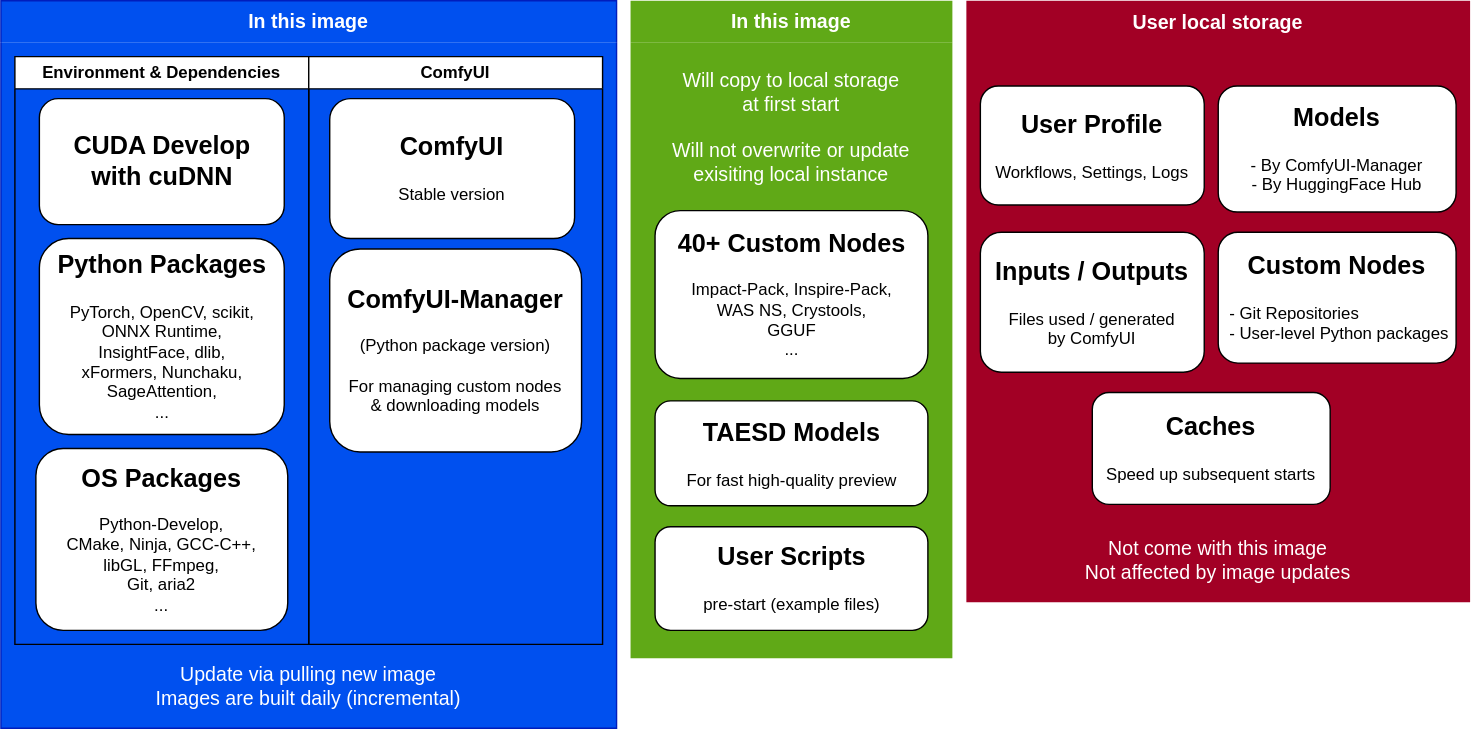
Earlier version of the draw.io export cu130-megapak-pt211/concept.svg (YanWenKun/ComfyUI-Docker). Source tidied: cells renumbered, new cells last; positions are measured from the earlier drawing's top-left corner, leaving out a move shared by most shapes.
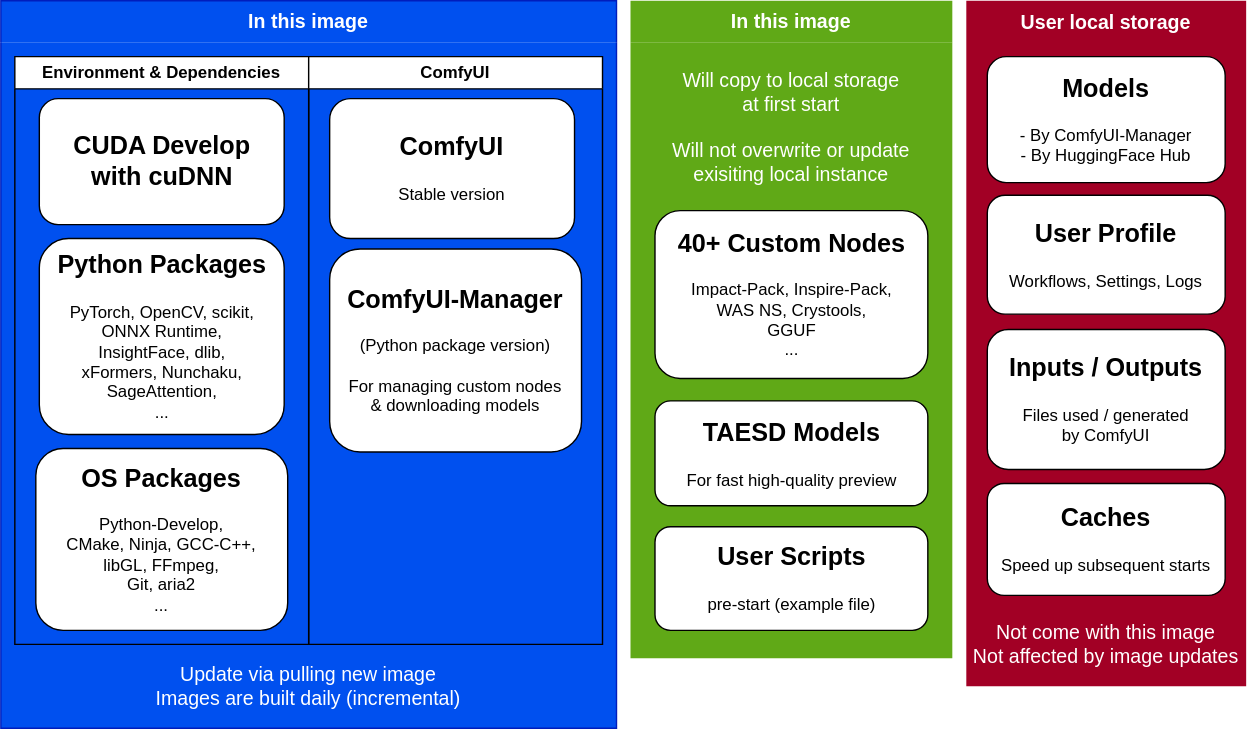
Above is the later version.

What changed in the source:
```diff
@@ -30,30 +30,27 @@
       <mxGeometry x="15" y="137.5" width="180" height="145" as="geometry" />
     </mxCell>
     <mxCell id="11" value="&lt;div&gt;User local storage&lt;/div&gt;" style="swimlane;whiteSpace=wrap;html=1;fontSize=14;fillColor=#a20025;fontColor=#ffffff;strokeColor=none;swimlaneLine=0;swimlaneFillColor=#A20025;startSize=31;" parent="1" vertex="1">
-      <mxGeometry x="690" width="360" height="430" as="geometry" />
+      <mxGeometry x="690" width="200" height="490" as="geometry" />
     </mxCell>
     <mxCell id="12" value="&lt;h2&gt;User Profile&lt;/h2&gt;&lt;div&gt;Workflows,&amp;nbsp;&lt;span style=&quot;background-color: transparent; color: light-dark(rgb(0, 0, 0), rgb(255, 255, 255));&quot;&gt;Settings&lt;/span&gt;&lt;span style=&quot;background-color: transparent;&quot;&gt;, Logs&lt;/span&gt;&lt;/div&gt;&lt;div&gt;&lt;span style=&quot;background-color: transparent;&quot;&gt;&lt;br&gt;&lt;/span&gt;&lt;/div&gt;" style="rounded=1;whiteSpace=wrap;html=1;" parent="11" vertex="1">
-      <mxGeometry x="10" y="61" width="160" height="85" as="geometry" />
+      <mxGeometry x="15" y="139" width="170" height="85" as="geometry" />
     </mxCell>
     <mxCell id="13" value="&lt;h2&gt;Models&lt;/h2&gt;&lt;div style=&quot;&quot;&gt;- By&amp;nbsp;ComfyUI-Manager&lt;/div&gt;&lt;div style=&quot;&quot;&gt;- By HuggingFace Hub&lt;/div&gt;&lt;div style=&quot;&quot;&gt;&lt;br&gt;&lt;/div&gt;" style="rounded=1;whiteSpace=wrap;html=1;" parent="11" vertex="1">
-      <mxGeometry x="180" y="61" width="170" height="90" as="geometry" />
+      <mxGeometry x="15" y="40" width="170" height="90" as="geometry" />
     </mxCell>
     <mxCell id="14" value="&lt;h2&gt;Caches&lt;/h2&gt;Speed up subsequent starts&lt;br&gt;&lt;div&gt;&lt;div&gt;&lt;div&gt;&lt;br&gt;&lt;/div&gt;&lt;/div&gt;&lt;/div&gt;" style="rounded=1;whiteSpace=wrap;html=1;glass=0;" parent="11" vertex="1">
-      <mxGeometry x="90" y="280" width="170" height="80" as="geometry" />
+      <mxGeometry x="15" y="345" width="170" height="80" as="geometry" />
     </mxCell>
     <mxCell id="15" value="&lt;div&gt;Not come with this image&lt;/div&gt;&lt;div&gt;Not affected by image updates&lt;/div&gt;" style="text;html=1;align=center;verticalAlign=middle;whiteSpace=wrap;rounded=0;fontColor=#FFFFFF;fontSize=14;" parent="11" vertex="1">
-      <mxGeometry x="15" y="380" width="330" height="40" as="geometry" />
+      <mxGeometry x="1.2" y="440" width="197.5" height="40" as="geometry" />
     </mxCell>
     <mxCell id="16" value="&lt;h2&gt;Inputs / Outputs&lt;/h2&gt;&lt;div&gt;Files used / generated&lt;/div&gt;&lt;div&gt;by ComfyUI&lt;/div&gt;&lt;div&gt;&lt;br&gt;&lt;/div&gt;" style="rounded=1;whiteSpace=wrap;html=1;" parent="11" vertex="1">
-      <mxGeometry x="10" y="165.5" width="160" height="100" as="geometry" />
+      <mxGeometry x="15" y="235" width="170" height="100" as="geometry" />
     </mxCell>
-    <mxCell id="17" value="&lt;h2&gt;Custom Nodes&lt;/h2&gt;&lt;div style=&quot;text-align: left;&quot;&gt;&lt;span style=&quot;background-color: transparent; color: light-dark(rgb(0, 0, 0), rgb(255, 255, 255));&quot;&gt;&amp;nbsp;- Git Repositories&lt;/span&gt;&lt;/div&gt;&lt;div&gt;&lt;div style=&quot;text-align: left;&quot;&gt;&lt;span style=&quot;background-color: transparent; color: light-dark(rgb(0, 0, 0), rgb(255, 255, 255));&quot;&gt;&amp;nbsp;- User-level Python packages&lt;/span&gt;&lt;/div&gt;&lt;div&gt;&lt;div&gt;&lt;div&gt;&lt;br&gt;&lt;/div&gt;&lt;/div&gt;&lt;/div&gt;&lt;/div&gt;" style="rounded=1;whiteSpace=wrap;html=1;glass=0;" parent="11" vertex="1">
-      <mxGeometry x="180" y="165.5" width="170" height="93.5" as="geometry" />
-    </mxCell>
     <mxCell id="18" value="&lt;div&gt;&lt;span style=&quot;background-color: transparent;&quot;&gt;In this image&lt;/span&gt;&lt;/div&gt;" style="swimlane;whiteSpace=wrap;html=1;startSize=30;fillColor=#60a917;fontColor=#ffffff;strokeColor=none;fontSize=14;fontFamily=Helvetica;swimlaneFillColor=#60A917;swimlaneLine=0;shadow=0;glass=0;rounded=0;" parent="1" vertex="1">
       <mxGeometry x="450" width="230" height="470" as="geometry" />
     </mxCell>
-    <mxCell id="19" value="&lt;h2&gt;User Scripts&lt;/h2&gt;&lt;div&gt;pre-start&amp;nbsp;&lt;span style=&quot;background-color: transparent; color: light-dark(rgb(0, 0, 0), rgb(255, 255, 255));&quot;&gt;(example files)&lt;/span&gt;&lt;/div&gt;&lt;div&gt;&lt;br&gt;&lt;/div&gt;" style="rounded=1;whiteSpace=wrap;html=1;" parent="18" vertex="1">
+    <mxCell id="19" value="&lt;h2&gt;User Scripts&lt;/h2&gt;&lt;div&gt;pre-start&amp;nbsp;&lt;span style=&quot;background-color: transparent; color: light-dark(rgb(0, 0, 0), rgb(255, 255, 255));&quot;&gt;(example file)&lt;/span&gt;&lt;/div&gt;&lt;div&gt;&lt;br&gt;&lt;/div&gt;" style="rounded=1;whiteSpace=wrap;html=1;" parent="18" vertex="1">
       <mxGeometry x="17.5" y="376" width="195" height="74" as="geometry" />
     </mxCell>
     <mxCell id="20" value="&lt;h2&gt;40+ Custom Nodes&lt;/h2&gt;&lt;div&gt;Impact-Pack,&amp;nbsp;Inspire-Pack,&lt;/div&gt;&lt;div&gt;WAS NS,&amp;nbsp;&lt;span style=&quot;background-color: transparent; color: light-dark(rgb(0, 0, 0), rgb(255, 255, 255));&quot;&gt;Crystools,&lt;/span&gt;&lt;/div&gt;&lt;div&gt;&lt;span style=&quot;background-color: transparent; color: light-dark(rgb(0, 0, 0), rgb(255, 255, 255));&quot;&gt;GGUF&lt;/span&gt;&lt;/div&gt;&lt;div&gt;&lt;span style=&quot;background-color: transparent; color: light-dark(rgb(0, 0, 0), rgb(255, 255, 255));&quot;&gt;...&lt;/span&gt;&lt;/div&gt;&lt;div&gt;&lt;span style=&quot;background-color: transparent; color: light-dark(rgb(0, 0, 0), rgb(255, 255, 255));&quot;&gt;&lt;br&gt;&lt;/span&gt;&lt;/div&gt;" style="rounded=1;whiteSpace=wrap;html=1;" parent="18" vertex="1">
```
